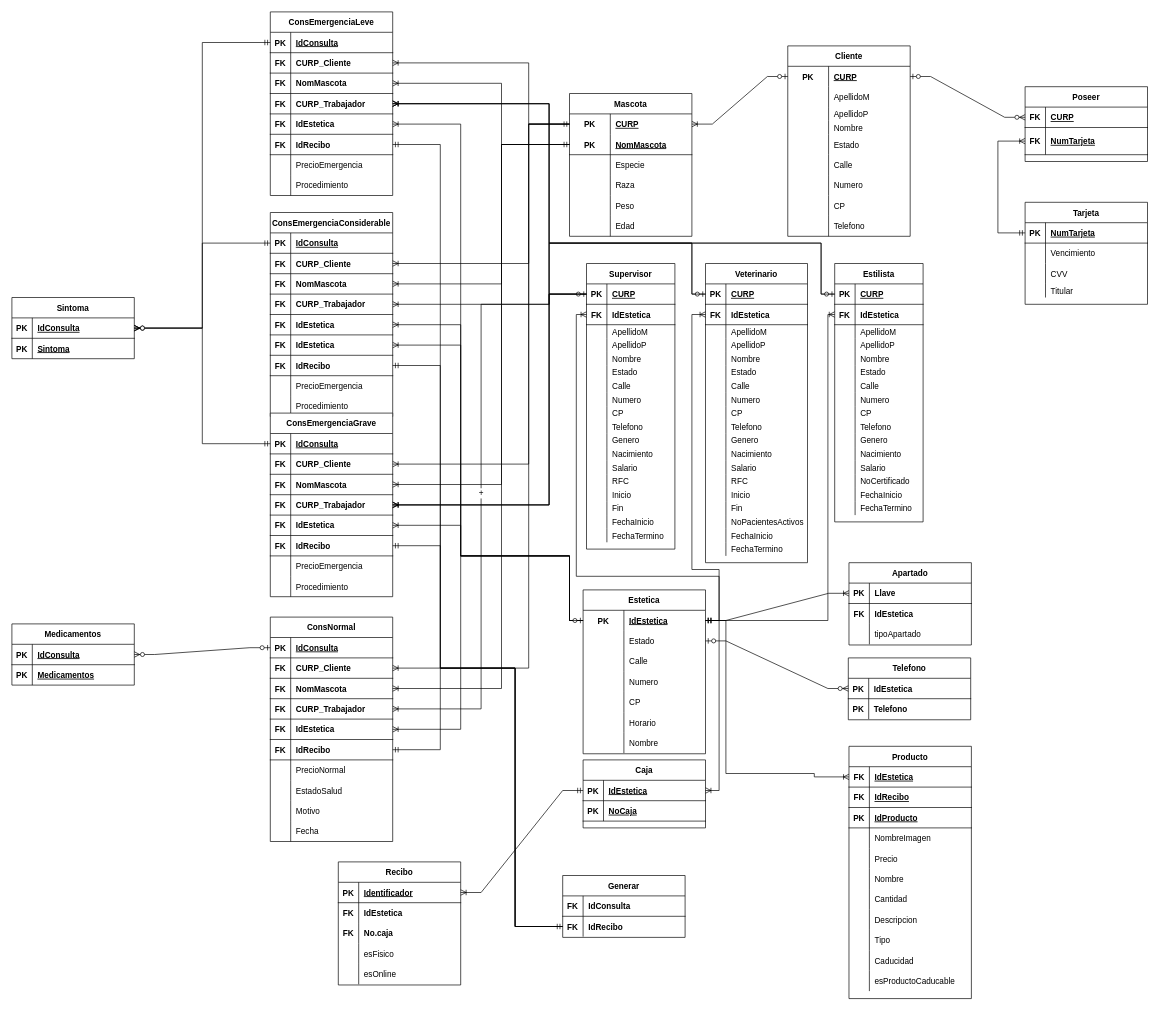
Before: RelacionalAlfa.drawio in FBD-Alfa/Practica05, a draw.io diagram. Source tidied: cells renumbered, new cells numbered last; positions are measured from the earlier drawing's top-left corner, leaving out a move shared by most shapes. Both pictures are drawn from the tidied source at 68%, with x=0, y=0 at pixel (12, 12).
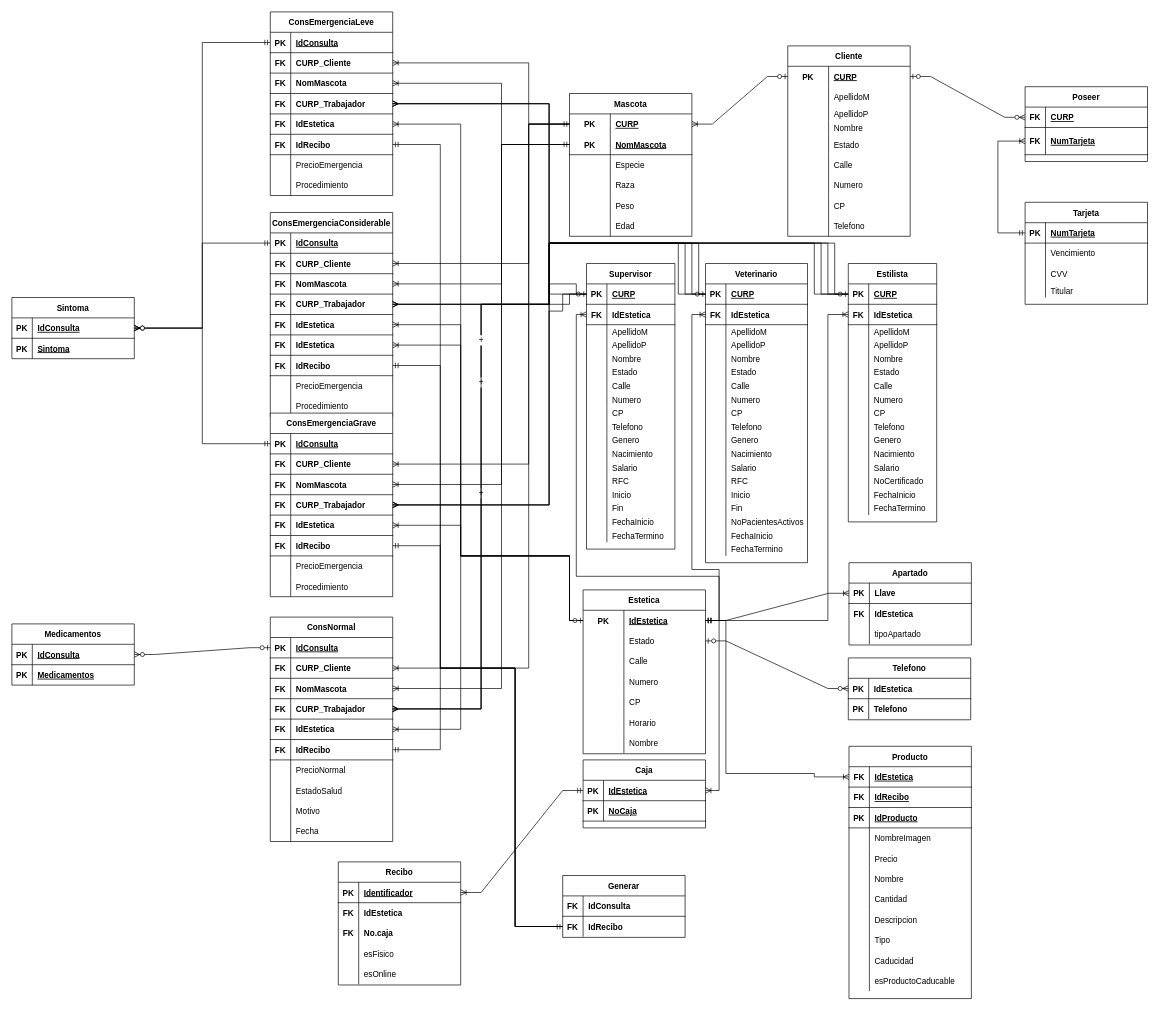
The same page after the edit.

Commit message:
Act cardinalidad trabajador en consulta

The change refers to these unchanged cells:
```xml
<mxCell id="12" style="shape=tableRow;horizontal=0;startSize=0;swimlaneHead=0;swimlaneBody=0;fillColor=none;points=[[0,0.5],[1,0.5]];portConstraint=eastwest;top=0;left=0;right=0;bottom=1;" parent="2" vertex="1">
  <mxGeometry y="120" width="180" height="30" as="geometry" />
</mxCell>
<mxCell id="37" style="shape=tableRow;horizontal=0;startSize=0;swimlaneHead=0;swimlaneBody=0;fillColor=none;points=[[0,0.5],[1,0.5]];portConstraint=eastwest;top=0;left=0;right=0;bottom=1;" parent="27" vertex="1">
  <mxGeometry y="120" width="180" height="30" as="geometry" />
</mxCell>
<mxCell id="65" style="shape=tableRow;horizontal=0;startSize=0;swimlaneHead=0;swimlaneBody=0;fillColor=none;points=[[0,0.5],[1,0.5]];portConstraint=eastwest;top=0;left=0;right=0;bottom=1;" parent="55" vertex="1">
  <mxGeometry y="120" width="180" height="30" as="geometry" />
</mxCell>
<mxCell id="90" style="shape=tableRow;horizontal=0;startSize=0;swimlaneHead=0;swimlaneBody=0;fillColor=none;points=[[0,0.5],[1,0.5]];portConstraint=eastwest;top=0;left=0;right=0;bottom=1;" parent="80" vertex="1">
  <mxGeometry y="120" width="180" height="30" as="geometry" />
</mxCell>
<mxCell id="285" style="shape=tableRow;horizontal=0;startSize=0;swimlaneHead=0;swimlaneBody=0;fillColor=none;points=[[0,0.5],[1,0.5]];portConstraint=eastwest;top=0;left=0;right=0;bottom=1;" parent="284" vertex="1">
  <mxGeometry y="30" width="130" height="30" as="geometry" />
</mxCell>
<mxCell id="340" style="shape=tableRow;horizontal=0;startSize=0;swimlaneHead=0;swimlaneBody=0;fillColor=none;points=[[0,0.5],[1,0.5]];portConstraint=eastwest;top=0;left=0;right=0;bottom=1;" parent="339" vertex="1">
  <mxGeometry y="30" width="150" height="30" as="geometry" />
</mxCell>
<mxCell id="398" style="shape=tableRow;horizontal=0;startSize=0;swimlaneHead=0;swimlaneBody=0;fillColor=none;points=[[0,0.5],[1,0.5]];portConstraint=eastwest;top=0;left=0;right=0;bottom=1;" parent="397" vertex="1">
  <mxGeometry y="30" width="130" height="30" as="geometry" />
</mxCell>
```

The edit, as a diff of the source:
```diff
@@
-    <mxCell id="209" style="edgeStyle=orthogonalEdgeStyle;fontSize=12;html=1;endArrow=ERoneToMany;startArrow=ERzeroToOne;rounded=0;exitX=0;exitY=0.5;exitDx=0;exitDy=0;entryX=1;entryY=0.5;entryDx=0;entryDy=0;" parent="1" edge="1" source="285" target="12">
+    <mxCell id="209" style="edgeStyle=orthogonalEdgeStyle;fontSize=12;html=1;endArrow=ERmany;startArrow=ERzeroToOne;rounded=0;exitX=0;exitY=0.5;exitDx=0;exitDy=0;entryX=1;entryY=0.5;entryDx=0;entryDy=0;endFill=0;" parent="1" edge="1" source="285" target="12">
       <mxGeometry relative="1" as="geometry">
         <Array as="points">
           <mxPoint x="790" y="415" />
           <mxPoint x="790" y="135" />
         </Array>
       </mxGeometry>
     </mxCell>
-    <mxCell id="210" style="edgeStyle=orthogonalEdgeStyle;fontSize=12;html=1;endArrow=ERoneToMany;rounded=0;entryX=1;entryY=0.5;entryDx=0;entryDy=0;exitX=0;exitY=0.5;exitDx=0;exitDy=0;" parent="1" edge="1" source="285" target="37">
+    <mxCell id="210" style="edgeStyle=orthogonalEdgeStyle;fontSize=12;html=1;endArrow=ERmany;rounded=0;entryX=1;entryY=0.5;entryDx=0;entryDy=0;exitX=0;exitY=0.5;exitDx=0;exitDy=0;endFill=0;" parent="1" edge="1" source="285" target="37">
       <mxGeometry relative="1" as="geometry">
         <Array as="points">
-          <mxPoint x="790" y="415" />
+          <mxPoint x="830" y="415" />
+          <mxPoint x="830" y="400" />
+          <mxPoint x="790" y="400" />
           <mxPoint x="790" y="430" />
         </Array>
       </mxGeometry>
     </mxCell>
-    <mxCell id="211" style="edgeStyle=orthogonalEdgeStyle;fontSize=12;html=1;endArrow=ERoneToMany;rounded=0;entryX=1;entryY=0.5;entryDx=0;entryDy=0;exitX=0;exitY=0.5;exitDx=0;exitDy=0;" parent="1" edge="1" source="285" target="65">
+    <mxCell id="211" style="edgeStyle=orthogonalEdgeStyle;fontSize=12;html=1;endArrow=ERmany;rounded=0;entryX=1;entryY=0.5;entryDx=0;entryDy=0;exitX=0;exitY=0.5;exitDx=0;exitDy=0;endFill=0;" parent="1" edge="1" source="285" target="65">
       <mxGeometry relative="1" as="geometry">
         <Array as="points">
-          <mxPoint x="790" y="415" />
+          <mxPoint x="810" y="415" />
+          <mxPoint x="810" y="440" />
+          <mxPoint x="790" y="440" />
           <mxPoint x="790" y="725" />
         </Array>
       </mxGeometry>
     </mxCell>
-    <mxCell id="212" value="+" style="edgeStyle=orthogonalEdgeStyle;fontSize=12;html=1;endArrow=ERoneToMany;rounded=0;entryX=1;entryY=0.5;entryDx=0;entryDy=0;exitX=0;exitY=0.5;exitDx=0;exitDy=0;" parent="1" edge="1" source="285" target="90">
+    <mxCell id="212" value="+" style="edgeStyle=orthogonalEdgeStyle;fontSize=12;html=1;endArrow=ERmany;rounded=0;entryX=1;entryY=0.5;entryDx=0;entryDy=0;exitX=0;exitY=0.5;exitDx=0;exitDy=0;endFill=0;" parent="1" edge="1" source="285" target="90">
       <mxGeometry relative="1" as="geometry">
         <Array as="points">
-          <mxPoint x="790" y="415" />
-          <mxPoint x="790" y="430" />
+          <mxPoint x="820" y="415" />
+          <mxPoint x="820" y="430" />
           <mxPoint x="690" y="430" />
           <mxPoint x="690" y="1025" />
         </Array>
       </mxGeometry>
     </mxCell>
@@
     <mxCell id="397" value="Estilista" style="shape=table;startSize=30;childLayout=tableLayout;rowLines=0;fontStyle=1;align=center;" parent="1" vertex="1">
-      <mxGeometry x="1210" y="370" width="130" height="380" as="geometry" />
+      <mxGeometry x="1230" y="370" width="130" height="380" as="geometry" />
     </mxCell>
@@
-    <mxCell id="446" style="edgeStyle=orthogonalEdgeStyle;fontSize=12;html=1;endArrow=ERoneToMany;startArrow=ERzeroToOne;rounded=0;exitX=0;exitY=0.5;exitDx=0;exitDy=0;entryX=1;entryY=0.5;entryDx=0;entryDy=0;" parent="1" edge="1" source="340" target="12">
+    <mxCell id="446" style="edgeStyle=orthogonalEdgeStyle;fontSize=12;html=1;endArrow=ERmany;startArrow=ERzeroToOne;rounded=0;exitX=0;exitY=0.5;exitDx=0;exitDy=0;entryX=1;entryY=0.5;entryDx=0;entryDy=0;endFill=0;" parent="1" edge="1" source="340" target="12">
       <mxGeometry relative="1" as="geometry">
         <Array as="points">
-          <mxPoint x="1000" y="415" />
-          <mxPoint x="1000" y="340" />
+          <mxPoint x="990" y="415" />
+          <mxPoint x="990" y="340" />
           <mxPoint x="790" y="340" />
           <mxPoint x="790" y="135" />
         </Array>
       </mxGeometry>
     </mxCell>
-    <mxCell id="447" style="edgeStyle=orthogonalEdgeStyle;fontSize=12;html=1;endArrow=ERoneToMany;startArrow=ERzeroToOne;rounded=0;exitX=0;exitY=0.5;exitDx=0;exitDy=0;entryX=1;entryY=0.5;entryDx=0;entryDy=0;" parent="1" edge="1" source="398" target="12">
+    <mxCell id="447" style="edgeStyle=orthogonalEdgeStyle;fontSize=12;html=1;endArrow=ERmany;startArrow=ERzeroToOne;rounded=0;exitX=0;exitY=0.5;exitDx=0;exitDy=0;entryX=1;entryY=0.5;entryDx=0;entryDy=0;endFill=0;" parent="1" edge="1" source="398" target="12">
       <mxGeometry relative="1" as="geometry">
         <Array as="points">
           <mxPoint x="1190" y="415" />
           <mxPoint x="1190" y="340" />
           <mxPoint x="790" y="340" />
           <mxPoint x="790" y="135" />
         </Array>
       </mxGeometry>
     </mxCell>
-    <mxCell id="448" style="edgeStyle=orthogonalEdgeStyle;fontSize=12;html=1;endArrow=ERoneToMany;rounded=0;entryX=1;entryY=0.5;entryDx=0;entryDy=0;exitX=0;exitY=0.5;exitDx=0;exitDy=0;" parent="1" edge="1" source="340" target="65">
+    <mxCell id="448" style="edgeStyle=orthogonalEdgeStyle;fontSize=12;html=1;endArrow=ERmany;rounded=0;entryX=1;entryY=0.5;entryDx=0;entryDy=0;exitX=0;exitY=0.5;exitDx=0;exitDy=0;endFill=0;" parent="1" edge="1" source="340" target="65">
       <mxGeometry relative="1" as="geometry">
         <Array as="points">
-          <mxPoint x="1000" y="415" />
-          <mxPoint x="1000" y="340" />
+          <mxPoint x="980" y="415" />
+          <mxPoint x="980" y="340" />
           <mxPoint x="790" y="340" />
           <mxPoint x="790" y="725" />
         </Array>
       </mxGeometry>
     </mxCell>
-    <mxCell id="449" style="edgeStyle=orthogonalEdgeStyle;fontSize=12;html=1;endArrow=ERoneToMany;rounded=0;entryX=1;entryY=0.5;entryDx=0;entryDy=0;exitX=0;exitY=0.5;exitDx=0;exitDy=0;" parent="1" edge="1" source="398" target="65">
+    <mxCell id="449" style="edgeStyle=orthogonalEdgeStyle;fontSize=12;html=1;endArrow=ERmany;rounded=0;entryX=1;entryY=0.5;entryDx=0;entryDy=0;exitX=0;exitY=0.5;exitDx=0;exitDy=0;endFill=0;" parent="1" edge="1" source="398" target="65">
       <mxGeometry relative="1" as="geometry">
         <Array as="points">
-          <mxPoint x="1190" y="415" />
-          <mxPoint x="1190" y="340" />
+          <mxPoint x="1180" y="415" />
+          <mxPoint x="1180" y="340" />
           <mxPoint x="790" y="340" />
           <mxPoint x="790" y="725" />
         </Array>
       </mxGeometry>
     </mxCell>
@@
+    <mxCell id="497" style="edgeStyle=orthogonalEdgeStyle;fontSize=12;html=1;endArrow=ERmany;rounded=0;entryX=1;entryY=0.5;entryDx=0;entryDy=0;exitX=0;exitY=0.5;exitDx=0;exitDy=0;endFill=0;" parent="1" edge="1" source="340" target="37">
+      <mxGeometry relative="1" as="geometry">
+        <Array as="points">
+          <mxPoint x="1000" y="415" />
+          <mxPoint x="1000" y="340" />
+          <mxPoint x="790" y="340" />
+          <mxPoint x="790" y="430" />
+        </Array>
+      </mxGeometry>
+    </mxCell>
+    <mxCell id="498" style="edgeStyle=orthogonalEdgeStyle;fontSize=12;html=1;endArrow=ERmany;rounded=0;entryX=1;entryY=0.5;entryDx=0;entryDy=0;exitX=0;exitY=0.5;exitDx=0;exitDy=0;endFill=0;" parent="1" edge="1" source="398" target="37">
+      <mxGeometry relative="1" as="geometry">
+        <Array as="points">
+          <mxPoint x="1200" y="415" />
+          <mxPoint x="1200" y="340" />
+          <mxPoint x="790" y="340" />
+          <mxPoint x="790" y="430" />
+        </Array>
+      </mxGeometry>
+    </mxCell>
+    <mxCell id="499" value="+" style="edgeStyle=orthogonalEdgeStyle;fontSize=12;html=1;endArrow=ERmany;rounded=0;entryX=1;entryY=0.5;entryDx=0;entryDy=0;exitX=0;exitY=0.5;exitDx=0;exitDy=0;endFill=0;" parent="1" edge="1" source="340" target="90">
+      <mxGeometry relative="1" as="geometry">
+        <Array as="points">
+          <mxPoint x="1010" y="415" />
+          <mxPoint x="1010" y="340" />
+          <mxPoint x="790" y="340" />
+          <mxPoint x="790" y="430" />
+          <mxPoint x="690" y="430" />
+          <mxPoint x="690" y="1025" />
+        </Array>
+      </mxGeometry>
+    </mxCell>
+    <mxCell id="500" value="+" style="edgeStyle=orthogonalEdgeStyle;fontSize=12;html=1;endArrow=ERmany;rounded=0;entryX=1;entryY=0.5;entryDx=0;entryDy=0;exitX=0;exitY=0.5;exitDx=0;exitDy=0;endFill=0;" parent="1" edge="1" source="398" target="90">
+      <mxGeometry x="0.06" relative="1" as="geometry">
+        <Array as="points">
+          <mxPoint x="1210" y="415" />
+          <mxPoint x="1210" y="340" />
+          <mxPoint x="790" y="340" />
+          <mxPoint x="790" y="430" />
+          <mxPoint x="690" y="430" />
+          <mxPoint x="690" y="1025" />
+        </Array>
+      </mxGeometry>
+    </mxCell>
```
